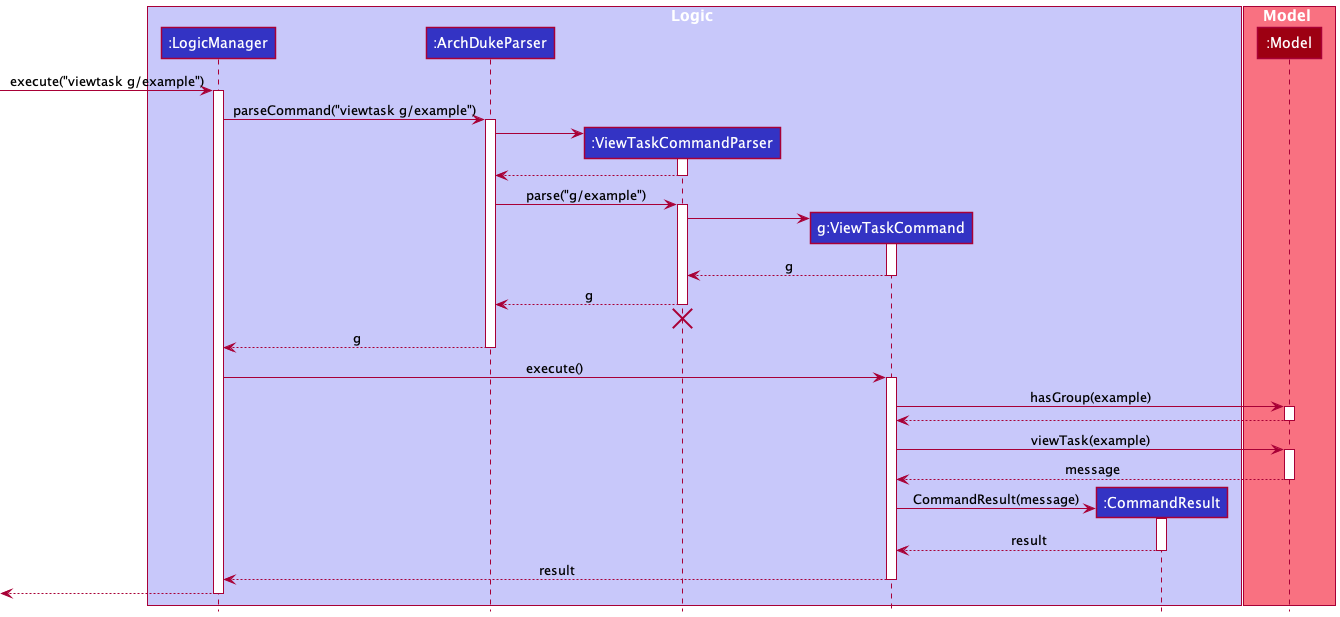
This is docs/images/ViewTaskSequenceDiagram.png from nus-cs2103-AY2122S2/tp, a PlantUML export, as it was before one commit. Its diagram source:
```plantuml
@startuml
!include style.puml

box Logic LOGIC_COLOR_T1
participant ":LogicManager" as LogicManager LOGIC_COLOR
participant ":ArchDukeParser" as ArchDukeParser LOGIC_COLOR
participant ":ViewTaskCommandParser" as ViewTaskCommandParser LOGIC_COLOR
participant "g:ViewTaskCommand" as ViewTaskCommand LOGIC_COLOR
participant ":CommandResult" as CommandResult LOGIC_COLOR
end box

box Model MODEL_COLOR_T1
participant ":Model" as Model MODEL_COLOR
end box

[-> LogicManager : execute("viewtask g/example")
activate LogicManager

LogicManager -> ArchDukeParser : parseCommand("viewtask g/example")
activate ArchDukeParser

create ViewTaskCommandParser
ArchDukeParser -> ViewTaskCommandParser
activate ViewTaskCommandParser

ViewTaskCommandParser --> ArchDukeParser
deactivate ViewTaskCommandParser

ArchDukeParser -> ViewTaskCommandParser : parse("g/example")
activate ViewTaskCommandParser

create ViewTaskCommand
ViewTaskCommandParser -> ViewTaskCommand
activate ViewTaskCommand

ViewTaskCommand --> ViewTaskCommandParser : g
deactivate ViewTaskCommand

ViewTaskCommandParser --> ArchDukeParser : g
deactivate ViewTaskCommandParser

ViewTaskCommandParser -[hidden]-> ArchDukeParser
destroy ViewTaskCommandParser

ArchDukeParser --> LogicManager : g
deactivate ArchDukeParser

LogicManager -> ViewTaskCommand : execute()
activate ViewTaskCommand

ViewTaskCommand -> Model : hasGroup(example)
activate Model

Model --> ViewTaskCommand
deactivate Model

ViewTaskCommand -> Model : viewTask(example)
activate Model

Model --> ViewTaskCommand : message
deactivate Model

create CommandResult
ViewTaskCommand -> CommandResult : CommandResult(message)
activate CommandResult

CommandResult --> ViewTaskCommand : result
deactivate CommandResult

ViewTaskCommand --> LogicManager : result
deactivate ViewTaskCommand

[<--LogicManager
deactivate LogicManager
@enduml
```
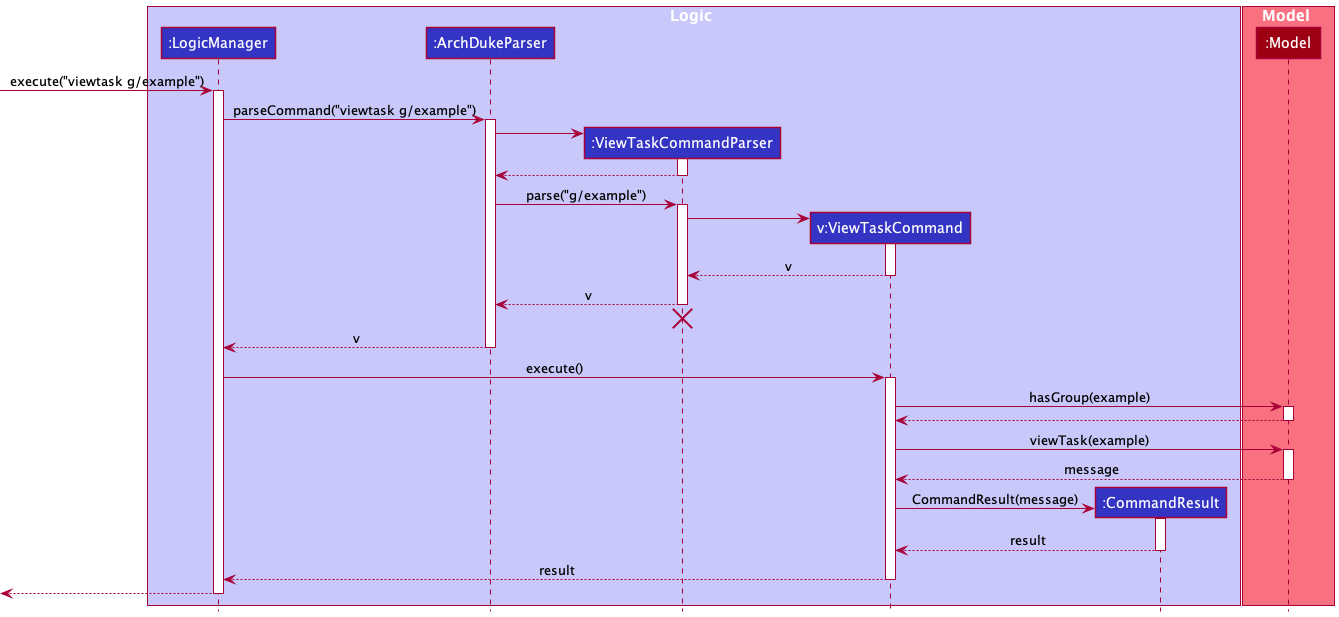
The same file after the commit.

Diff of the diagram source:
```diff
@@ -5,7 +5,7 @@
 participant ":LogicManager" as LogicManager LOGIC_COLOR
 participant ":ArchDukeParser" as ArchDukeParser LOGIC_COLOR
 participant ":ViewTaskCommandParser" as ViewTaskCommandParser LOGIC_COLOR
-participant "g:ViewTaskCommand" as ViewTaskCommand LOGIC_COLOR
+participant "v:ViewTaskCommand" as ViewTaskCommand LOGIC_COLOR
 participant ":CommandResult" as CommandResult LOGIC_COLOR
 end box
 
@@ -33,16 +33,16 @@
 ViewTaskCommandParser -> ViewTaskCommand
 activate ViewTaskCommand
 
-ViewTaskCommand --> ViewTaskCommandParser : g
+ViewTaskCommand --> ViewTaskCommandParser : v
 deactivate ViewTaskCommand
 
-ViewTaskCommandParser --> ArchDukeParser : g
+ViewTaskCommandParser --> ArchDukeParser : v
 deactivate ViewTaskCommandParser
 
 ViewTaskCommandParser -[hidden]-> ArchDukeParser
 destroy ViewTaskCommandParser
 
-ArchDukeParser --> LogicManager : g
+ArchDukeParser --> LogicManager : v
 deactivate ArchDukeParser
 
 LogicManager -> ViewTaskCommand : execute()
```
